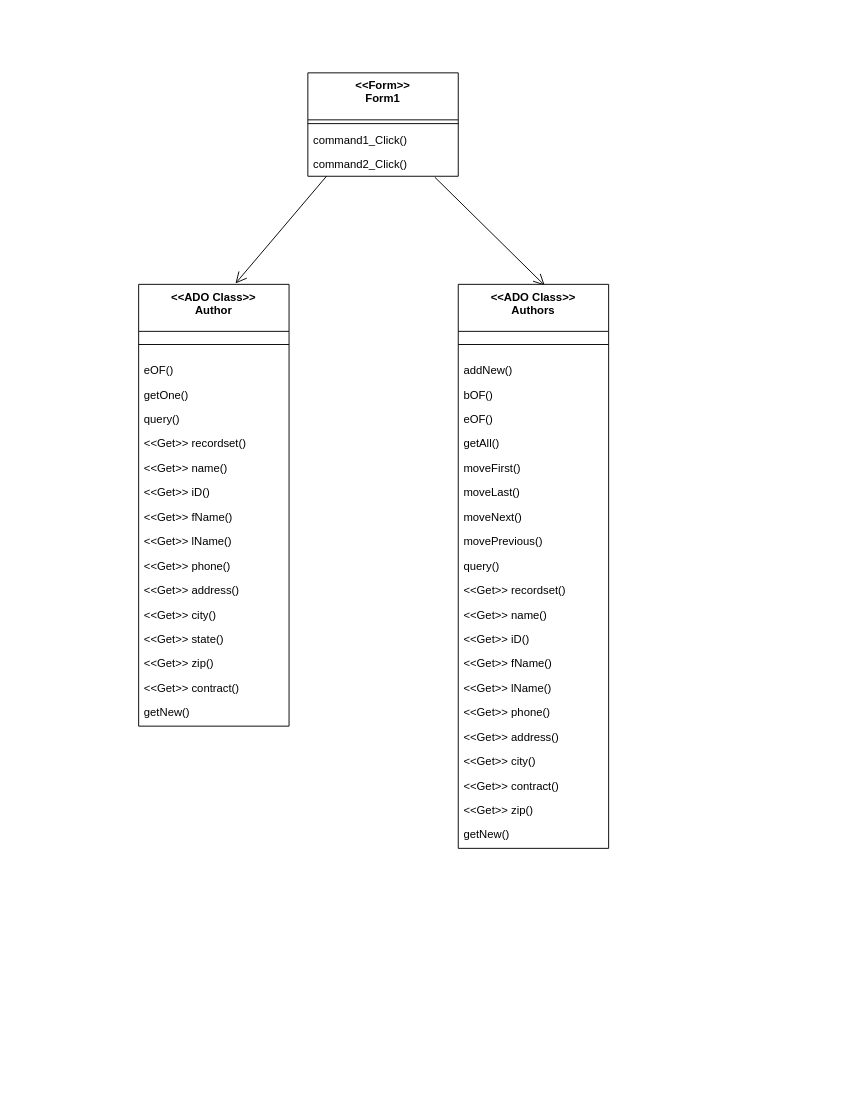
Above: Untitled Diagram.drawio in dectroid/drawio (draw.io), before the change. Source tidied: cells renumbered, new cells numbered last; positions are measured from the earlier drawing's top-left corner, leaving out a move shared by most shapes. Both pictures are drawn from the tidied source at 94%, with x=0, y=0 at pixel (138, 72).
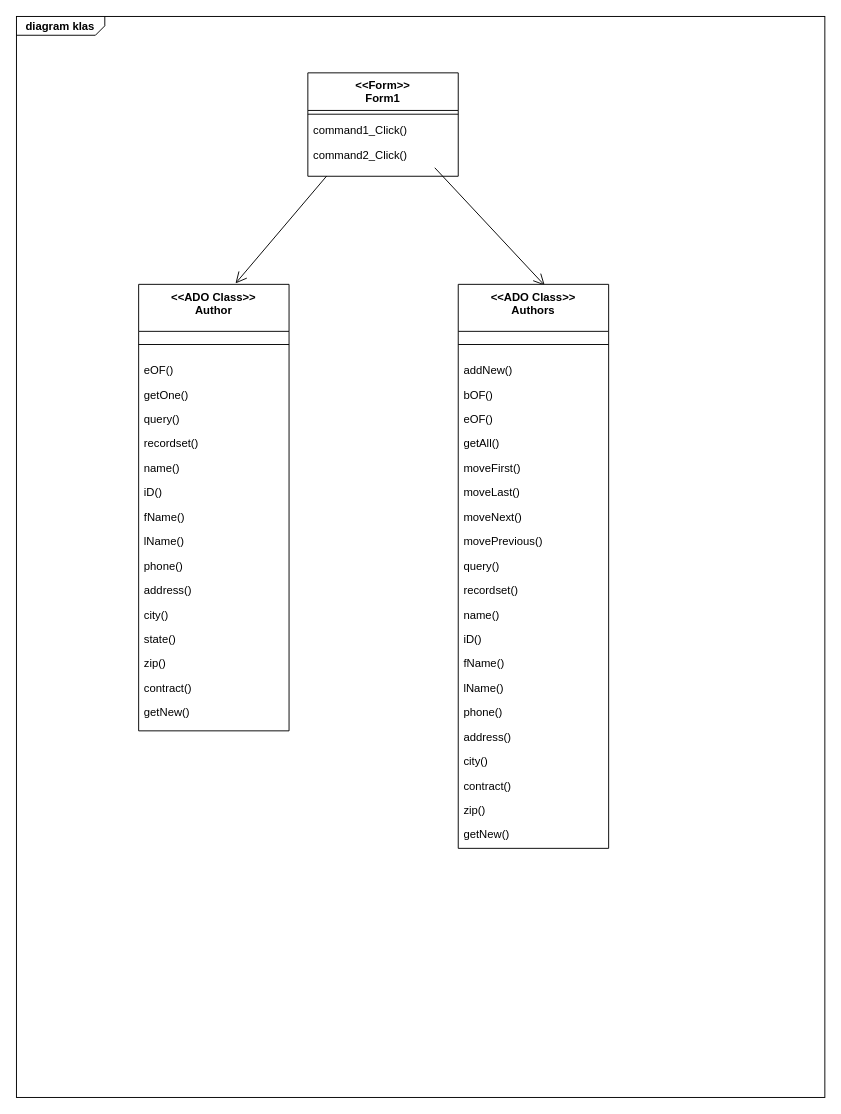
After the change.

Unchanged cells that the change refers to:
```xml
<mxCell id="24" value="&lt;&lt;ADO Class&gt;&gt;&#10;Authors" style="swimlane;fontStyle=1;align=center;verticalAlign=top;horizontal=1;startSize=50;rounded=0;shadow=0;strokeWidth=1;" parent="1" vertex="1">
  <mxGeometry x="340" y="225" width="160" height="600" as="geometry" />
</mxCell>
```

The edit, as a diff of the source:
```diff
@@
+    <mxCell id="47" value="&lt;p style=&quot;margin: 0px ; margin-top: 4px ; margin-left: 10px ; text-align: left&quot;&gt;&lt;b&gt;diagram klas&lt;/b&gt;&lt;/p&gt;" style="html=1;shape=mxgraph.sysml.package;xSize=90;align=left;spacingLeft=10;overflow=fill;strokeWidth=1;labelX=94;" parent="1" vertex="1">
+      <mxGeometry x="-130" y="-60" width="860" height="1150" as="geometry" />
+    </mxCell>
-    <mxCell id="2" value="&lt;&lt;Form&gt;&gt;&#10;Form1" style="swimlane;fontStyle=1;align=center;verticalAlign=top;horizontal=1;startSize=50;rounded=0;shadow=0;strokeWidth=1;" parent="1" vertex="1">
+    <mxCell id="2" value="&lt;&lt;Form&gt;&gt;&#10;Form1" style="swimlane;fontStyle=1;align=center;verticalAlign=top;horizontal=1;startSize=40;rounded=0;shadow=0;strokeWidth=1;" parent="1" vertex="1">
       <mxGeometry x="180" width="160" height="110" as="geometry" />
     </mxCell>
     <mxCell id="3" style="line;html=1;strokeWidth=1;align=left;verticalAlign=middle;spacingTop=-1;spacingLeft=3;spacingRight=3;labelPosition=right;" parent="2" vertex="1">
-      <mxGeometry y="50" width="160" height="8" as="geometry" />
+      <mxGeometry y="40" width="160" height="8" as="geometry" />
     </mxCell>
     <mxCell id="4" value="command1_Click()" style="text;align=left;verticalAlign=top;spacingLeft=4;spacingRight=4;overflow=hidden;" parent="2" vertex="1">
-      <mxGeometry y="58" width="160" height="26" as="geometry" />
+      <mxGeometry y="48" width="160" height="26" as="geometry" />
     </mxCell>
     <mxCell id="5" value="command2_Click()" style="text;align=left;verticalAlign=top;spacingLeft=4;spacingRight=4;overflow=hidden;points=[[0,0.5],[1,0.5]];portConstraint=eastwest;" parent="2" vertex="1">
-      <mxGeometry y="84" width="160" height="26" as="geometry" />
+      <mxGeometry y="74" width="160" height="26" as="geometry" />
     </mxCell>
@@
     <mxCell id="7" value="&lt;&lt;ADO Class&gt;&gt;&#10;Author" style="swimlane;fontStyle=1;align=center;verticalAlign=top;horizontal=1;startSize=50;rounded=0;shadow=0;strokeWidth=1;" parent="1" vertex="1">
-      <mxGeometry y="225" width="160" height="470" as="geometry" />
+      <mxGeometry y="225" width="160" height="475" as="geometry" />
     </mxCell>
@@
-    <mxCell id="12" value="&lt;&lt;Get&gt;&gt; recordset()" style="text;align=left;verticalAlign=top;spacingLeft=4;spacingRight=4;overflow=hidden;" parent="7" vertex="1">
+    <mxCell id="12" value="recordset()" style="text;align=left;verticalAlign=top;spacingLeft=4;spacingRight=4;overflow=hidden;" parent="7" vertex="1">
       <mxGeometry y="156" width="160" height="26" as="geometry" />
     </mxCell>
-    <mxCell id="13" value="&lt;&lt;Get&gt;&gt; name()" style="text;align=left;verticalAlign=top;spacingLeft=4;spacingRight=4;overflow=hidden;" parent="7" vertex="1">
+    <mxCell id="13" value="name()" style="text;align=left;verticalAlign=top;spacingLeft=4;spacingRight=4;overflow=hidden;" parent="7" vertex="1">
       <mxGeometry y="182" width="160" height="26" as="geometry" />
     </mxCell>
-    <mxCell id="14" value="&lt;&lt;Get&gt;&gt; iD()" style="text;align=left;verticalAlign=top;spacingLeft=4;spacingRight=4;overflow=hidden;" parent="7" vertex="1">
+    <mxCell id="14" value="iD()" style="text;align=left;verticalAlign=top;spacingLeft=4;spacingRight=4;overflow=hidden;" parent="7" vertex="1">
       <mxGeometry y="208" width="160" height="26" as="geometry" />
     </mxCell>
-    <mxCell id="15" value="&lt;&lt;Get&gt;&gt; fName()" style="text;align=left;verticalAlign=top;spacingLeft=4;spacingRight=4;overflow=hidden;" parent="7" vertex="1">
+    <mxCell id="15" value="fName()" style="text;align=left;verticalAlign=top;spacingLeft=4;spacingRight=4;overflow=hidden;" parent="7" vertex="1">
       <mxGeometry y="234" width="160" height="26" as="geometry" />
     </mxCell>
-    <mxCell id="16" value="&lt;&lt;Get&gt;&gt; lName()" style="text;align=left;verticalAlign=top;spacingLeft=4;spacingRight=4;overflow=hidden;" parent="7" vertex="1">
+    <mxCell id="16" value="lName()" style="text;align=left;verticalAlign=top;spacingLeft=4;spacingRight=4;overflow=hidden;" parent="7" vertex="1">
       <mxGeometry y="260" width="160" height="26" as="geometry" />
     </mxCell>
-    <mxCell id="17" value="&lt;&lt;Get&gt;&gt; phone()" style="text;align=left;verticalAlign=top;spacingLeft=4;spacingRight=4;overflow=hidden;" parent="7" vertex="1">
+    <mxCell id="17" value="phone()" style="text;align=left;verticalAlign=top;spacingLeft=4;spacingRight=4;overflow=hidden;" parent="7" vertex="1">
       <mxGeometry y="286" width="160" height="26" as="geometry" />
     </mxCell>
-    <mxCell id="18" value="&lt;&lt;Get&gt;&gt; address()" style="text;align=left;verticalAlign=top;spacingLeft=4;spacingRight=4;overflow=hidden;" parent="7" vertex="1">
+    <mxCell id="18" value="address()" style="text;align=left;verticalAlign=top;spacingLeft=4;spacingRight=4;overflow=hidden;" parent="7" vertex="1">
       <mxGeometry y="312" width="160" height="26" as="geometry" />
     </mxCell>
-    <mxCell id="19" value="&lt;&lt;Get&gt;&gt; city()" style="text;align=left;verticalAlign=top;spacingLeft=4;spacingRight=4;overflow=hidden;" parent="7" vertex="1">
+    <mxCell id="19" value="city()" style="text;align=left;verticalAlign=top;spacingLeft=4;spacingRight=4;overflow=hidden;" parent="7" vertex="1">
       <mxGeometry y="338" width="160" height="26" as="geometry" />
     </mxCell>
-    <mxCell id="20" value="&lt;&lt;Get&gt;&gt; state()" style="text;align=left;verticalAlign=top;spacingLeft=4;spacingRight=4;overflow=hidden;" parent="7" vertex="1">
+    <mxCell id="20" value="state()" style="text;align=left;verticalAlign=top;spacingLeft=4;spacingRight=4;overflow=hidden;" parent="7" vertex="1">
       <mxGeometry y="364" width="160" height="26" as="geometry" />
     </mxCell>
-    <mxCell id="21" value="&lt;&lt;Get&gt;&gt; zip()" style="text;align=left;verticalAlign=top;spacingLeft=4;spacingRight=4;overflow=hidden;" parent="7" vertex="1">
+    <mxCell id="21" value="zip()" style="text;align=left;verticalAlign=top;spacingLeft=4;spacingRight=4;overflow=hidden;" parent="7" vertex="1">
       <mxGeometry y="390" width="160" height="26" as="geometry" />
     </mxCell>
-    <mxCell id="22" value="&lt;&lt;Get&gt;&gt; contract()" style="text;align=left;verticalAlign=top;spacingLeft=4;spacingRight=4;overflow=hidden;" parent="7" vertex="1">
+    <mxCell id="22" value="contract()" style="text;align=left;verticalAlign=top;spacingLeft=4;spacingRight=4;overflow=hidden;" parent="7" vertex="1">
       <mxGeometry y="416" width="160" height="26" as="geometry" />
     </mxCell>
@@
-    <mxCell id="35" value="&lt;&lt;Get&gt;&gt; recordset()" style="text;align=left;verticalAlign=top;spacingLeft=4;spacingRight=4;overflow=hidden;" parent="24" vertex="1">
+    <mxCell id="35" value="recordset()" style="text;align=left;verticalAlign=top;spacingLeft=4;spacingRight=4;overflow=hidden;" parent="24" vertex="1">
       <mxGeometry y="312" width="160" height="26" as="geometry" />
     </mxCell>
-    <mxCell id="36" value="&lt;&lt;Get&gt;&gt; name()" style="text;align=left;verticalAlign=top;spacingLeft=4;spacingRight=4;overflow=hidden;" parent="24" vertex="1">
+    <mxCell id="36" value="name()" style="text;align=left;verticalAlign=top;spacingLeft=4;spacingRight=4;overflow=hidden;" parent="24" vertex="1">
       <mxGeometry y="338" width="160" height="26" as="geometry" />
     </mxCell>
-    <mxCell id="37" value="&lt;&lt;Get&gt;&gt; iD()" style="text;align=left;verticalAlign=top;spacingLeft=4;spacingRight=4;overflow=hidden;" parent="24" vertex="1">
+    <mxCell id="37" value="iD()" style="text;align=left;verticalAlign=top;spacingLeft=4;spacingRight=4;overflow=hidden;" parent="24" vertex="1">
       <mxGeometry y="364" width="160" height="26" as="geometry" />
     </mxCell>
-    <mxCell id="38" value="&lt;&lt;Get&gt;&gt; fName()" style="text;align=left;verticalAlign=top;spacingLeft=4;spacingRight=4;overflow=hidden;" parent="24" vertex="1">
+    <mxCell id="38" value="fName()" style="text;align=left;verticalAlign=top;spacingLeft=4;spacingRight=4;overflow=hidden;" parent="24" vertex="1">
       <mxGeometry y="390" width="160" height="26" as="geometry" />
     </mxCell>
-    <mxCell id="39" value="&lt;&lt;Get&gt;&gt; lName()" style="text;align=left;verticalAlign=top;spacingLeft=4;spacingRight=4;overflow=hidden;" parent="24" vertex="1">
+    <mxCell id="39" value="lName()" style="text;align=left;verticalAlign=top;spacingLeft=4;spacingRight=4;overflow=hidden;" parent="24" vertex="1">
       <mxGeometry y="416" width="160" height="26" as="geometry" />
     </mxCell>
-    <mxCell id="40" value="&lt;&lt;Get&gt;&gt; phone()" style="text;align=left;verticalAlign=top;spacingLeft=4;spacingRight=4;overflow=hidden;" parent="24" vertex="1">
+    <mxCell id="40" value="phone()" style="text;align=left;verticalAlign=top;spacingLeft=4;spacingRight=4;overflow=hidden;" parent="24" vertex="1">
       <mxGeometry y="442" width="160" height="26" as="geometry" />
     </mxCell>
-    <mxCell id="41" value="&lt;&lt;Get&gt;&gt; address()" style="text;align=left;verticalAlign=top;spacingLeft=4;spacingRight=4;overflow=hidden;" parent="24" vertex="1">
+    <mxCell id="41" value="address()" style="text;align=left;verticalAlign=top;spacingLeft=4;spacingRight=4;overflow=hidden;" parent="24" vertex="1">
       <mxGeometry y="468" width="160" height="26" as="geometry" />
     </mxCell>
-    <mxCell id="42" value="&lt;&lt;Get&gt;&gt; city()" style="text;align=left;verticalAlign=top;spacingLeft=4;spacingRight=4;overflow=hidden;" parent="24" vertex="1">
+    <mxCell id="42" value="city()" style="text;align=left;verticalAlign=top;spacingLeft=4;spacingRight=4;overflow=hidden;" parent="24" vertex="1">
       <mxGeometry y="494" width="160" height="26" as="geometry" />
     </mxCell>
-    <mxCell id="43" value="&lt;&lt;Get&gt;&gt; contract()" style="text;align=left;verticalAlign=top;spacingLeft=4;spacingRight=4;overflow=hidden;" parent="24" vertex="1">
+    <mxCell id="43" value="contract()" style="text;align=left;verticalAlign=top;spacingLeft=4;spacingRight=4;overflow=hidden;" parent="24" vertex="1">
       <mxGeometry y="520" width="160" height="26" as="geometry" />
     </mxCell>
-    <mxCell id="44" value="&lt;&lt;Get&gt;&gt; zip()" style="text;align=left;verticalAlign=top;spacingLeft=4;spacingRight=4;overflow=hidden;" parent="24" vertex="1">
+    <mxCell id="44" value="zip()" style="text;align=left;verticalAlign=top;spacingLeft=4;spacingRight=4;overflow=hidden;" parent="24" vertex="1">
       <mxGeometry y="546" width="160" height="26" as="geometry" />
     </mxCell>
```
